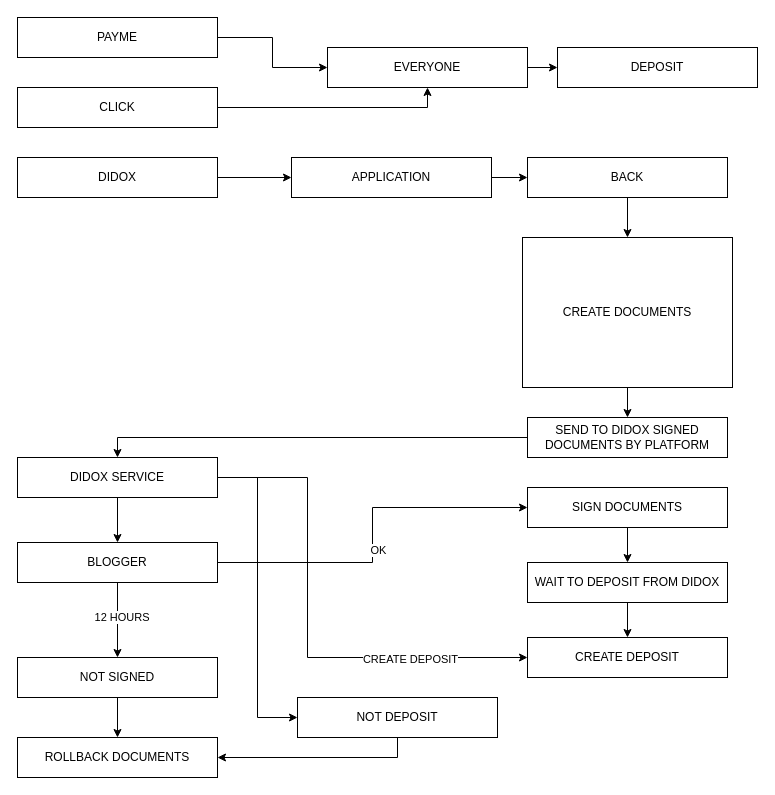
Before: page "actions" (13 of 13) of Advertiser-Blogger.drawio in KmvRoman/Diagrams, a draw.io diagram. Source tidied: cells renumbered, new cells numbered last; positions are measured from the earlier drawing's top-left corner, leaving out a move shared by most shapes. Both pictures are drawn from the tidied source at 100%, with x=0, y=0 at pixel (17, 17).
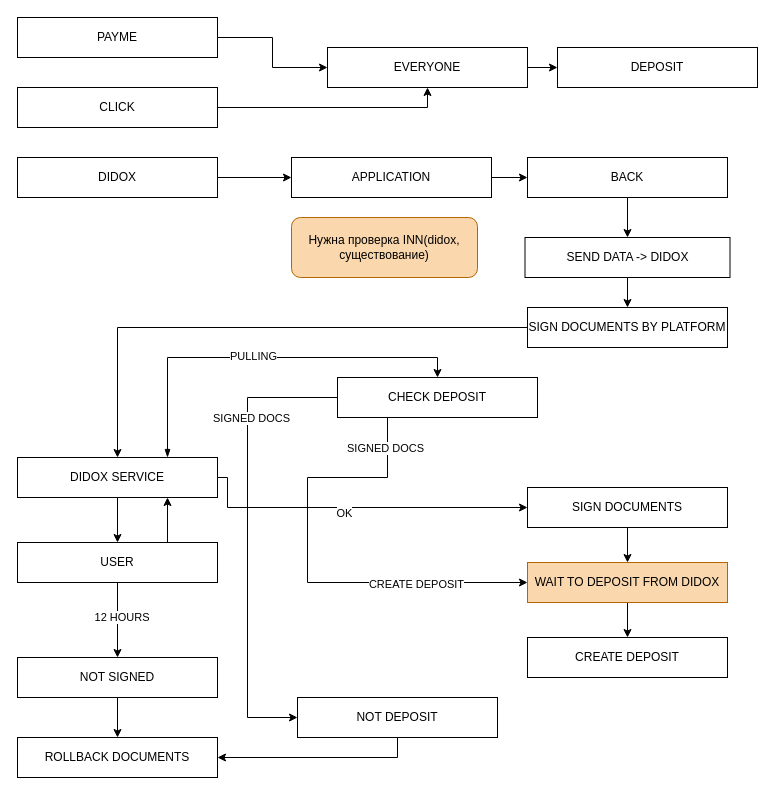
After the change.

The change refers to these unchanged cells:
```xml
<mxCell id="23" value="DIDOX SERVICE" style="rounded=0;whiteSpace=wrap;html=1;" parent="1" vertex="1">
  <mxGeometry y="440" width="200" height="40" as="geometry" />
</mxCell>
<mxCell id="30" value="SIGN DOCUMENTS" style="rounded=0;whiteSpace=wrap;html=1;" parent="1" vertex="1">
  <mxGeometry x="510" y="470" width="200" height="40" as="geometry" />
</mxCell>
<mxCell id="33" value="CREATE DEPOSIT" style="rounded=0;whiteSpace=wrap;html=1;" parent="1" vertex="1">
  <mxGeometry x="510" y="620" width="200" height="40" as="geometry" />
</mxCell>
<mxCell id="38" value="NOT DEPOSIT" style="rounded=0;whiteSpace=wrap;html=1;" parent="1" vertex="1">
  <mxGeometry x="280" y="680" width="200" height="40" as="geometry" />
</mxCell>
```

The edit, as a diff of the source:
```diff
@@
-    <mxCell id="15" style="edgeStyle=orthogonalEdgeStyle;rounded=0;jettySize=auto;html=1;entryX=0.5;entryY=0;entryDx=0;entryDy=0;" parent="1" edge="1" source="16" target="18">
-      <mxGeometry relative="1" as="geometry" />
-    </mxCell>
+    <mxCell id="39" style="edgeStyle=orthogonalEdgeStyle;rounded=0;jettySize=auto;html=1;entryX=0.5;entryY=0;entryDx=0;entryDy=0;" parent="1" edge="1" source="16" target="44">
+      <mxGeometry relative="1" as="geometry" />
+    </mxCell>
-    <mxCell id="16" value="CREATE DOCUMENTS" style="rounded=0;whiteSpace=wrap;html=1;" parent="1" vertex="1">
-      <mxGeometry x="505" y="220" width="210" height="150" as="geometry" />
+    <mxCell id="16" value="SEND DATA -&amp;gt; DIDOX" style="rounded=0;whiteSpace=wrap;html=1;" parent="1" vertex="1">
+      <mxGeometry x="507.5" y="220" width="205" height="40" as="geometry" />
     </mxCell>
-    <mxCell id="17" style="edgeStyle=orthogonalEdgeStyle;rounded=0;jettySize=auto;html=1;entryX=0.5;entryY=0;entryDx=0;entryDy=0;" parent="1" edge="1" source="18" target="23">
-      <mxGeometry relative="1" as="geometry" />
-    </mxCell>
-    <mxCell id="18" value="SEND TO DIDOX SIGNED DOCUMENTS BY PLATFORM" style="rounded=0;whiteSpace=wrap;html=1;" parent="1" vertex="1">
-      <mxGeometry x="510" y="400" width="200" height="40" as="geometry" />
-    </mxCell>
@@
-    <mxCell id="20" style="edgeStyle=orthogonalEdgeStyle;rounded=0;jettySize=auto;html=1;entryX=0;entryY=0.5;entryDx=0;entryDy=0;" parent="1" edge="1" source="23" target="33">
+    <mxCell id="20" style="edgeStyle=orthogonalEdgeStyle;rounded=0;jettySize=auto;html=1;entryX=0;entryY=0.5;entryDx=0;entryDy=0;exitX=0.25;exitY=1;exitDx=0;exitDy=0;" parent="1" edge="1" source="47" target="32">
       <mxGeometry relative="1" as="geometry">
         <Array as="points">
+          <mxPoint x="370" y="460" />
           <mxPoint x="290" y="460" />
-          <mxPoint x="290" y="640" />
+          <mxPoint x="290" y="565" />
         </Array>
       </mxGeometry>
     </mxCell>
@@
-    <mxCell id="22" style="edgeStyle=orthogonalEdgeStyle;rounded=0;jettySize=auto;html=1;entryX=0;entryY=0.5;entryDx=0;entryDy=0;" parent="1" edge="1" source="23" target="38">
+    <mxCell id="22" style="edgeStyle=orthogonalEdgeStyle;rounded=0;jettySize=auto;html=1;entryX=0;entryY=0.5;entryDx=0;entryDy=0;exitX=0;exitY=0.5;exitDx=0;exitDy=0;" parent="1" edge="1" source="47" target="38">
       <mxGeometry relative="1" as="geometry">
         <Array as="points">
-          <mxPoint x="240" y="460" />
-          <mxPoint x="240" y="700" />
+          <mxPoint x="230" y="380" />
+          <mxPoint x="230" y="700" />
         </Array>
       </mxGeometry>
     </mxCell>
+    <mxCell id="40" value="SIGNED DOCS" style="edgeLabel;html=1;align=center;verticalAlign=middle;" parent="22" vertex="1">
+      <mxGeometry x="0.2" y="3" relative="1" as="geometry">
+        <mxPoint y="-166" as="offset" />
+      </mxGeometry>
+    </mxCell>
@@
-    <mxCell id="24" style="edgeStyle=orthogonalEdgeStyle;rounded=0;jettySize=auto;html=1;entryX=0;entryY=0.5;entryDx=0;entryDy=0;" parent="1" edge="1" source="28" target="30">
-      <mxGeometry relative="1" as="geometry" />
+    <mxCell id="24" style="edgeStyle=orthogonalEdgeStyle;rounded=0;jettySize=auto;html=1;entryX=0;entryY=0.5;entryDx=0;entryDy=0;exitX=1;exitY=0.5;exitDx=0;exitDy=0;" parent="1" edge="1" source="23" target="30">
+      <mxGeometry relative="1" as="geometry">
+        <Array as="points">
+          <mxPoint x="210" y="460" />
+          <mxPoint x="210" y="490" />
+        </Array>
+      </mxGeometry>
     </mxCell>
@@
+    <mxCell id="41" style="edgeStyle=orthogonalEdgeStyle;rounded=0;jettySize=auto;html=1;entryX=0.75;entryY=1;entryDx=0;entryDy=0;exitX=0.75;exitY=0;exitDx=0;exitDy=0;" parent="1" edge="1" source="28" target="23">
+      <mxGeometry relative="1" as="geometry" />
+    </mxCell>
-    <mxCell id="28" value="BLOGGER" style="rounded=0;whiteSpace=wrap;html=1;" parent="1" vertex="1">
+    <mxCell id="28" value="USER" style="rounded=0;whiteSpace=wrap;html=1;" parent="1" vertex="1">
       <mxGeometry y="525" width="200" height="40" as="geometry" />
     </mxCell>
@@
-    <mxCell id="32" value="WAIT TO DEPOSIT FROM DIDOX" style="rounded=0;whiteSpace=wrap;html=1;" parent="1" vertex="1">
+    <mxCell id="32" value="WAIT TO DEPOSIT FROM DIDOX" style="rounded=0;whiteSpace=wrap;html=1;fillColor=#fad7ac;strokeColor=#b46504;" parent="1" vertex="1">
       <mxGeometry x="510" y="545" width="200" height="40" as="geometry" />
     </mxCell>
@@
+    <mxCell id="42" value="Нужна проверка INN(didox, существование)" style="rounded=1;whiteSpace=wrap;html=1;fillColor=#fad7ac;strokeColor=#b46504;" parent="1" vertex="1">
+      <mxGeometry x="274" y="200" width="186" height="60" as="geometry" />
+    </mxCell>
+    <mxCell id="43" style="edgeStyle=orthogonalEdgeStyle;rounded=0;jettySize=auto;html=1;entryX=0.5;entryY=0;entryDx=0;entryDy=0;exitX=0;exitY=0.5;exitDx=0;exitDy=0;" parent="1" edge="1" source="44" target="23">
+      <mxGeometry relative="1" as="geometry" />
+    </mxCell>
+    <mxCell id="44" value="SIGN DOCUMENTS BY PLATFORM" style="rounded=0;whiteSpace=wrap;html=1;" parent="1" vertex="1">
+      <mxGeometry x="510" y="290" width="200" height="40" as="geometry" />
+    </mxCell>
+    <mxCell id="45" style="edgeStyle=orthogonalEdgeStyle;rounded=0;jettySize=auto;html=1;entryX=0.75;entryY=0;entryDx=0;entryDy=0;exitX=0.5;exitY=0;exitDx=0;exitDy=0;endArrow=blockThin;endFill=1;startArrow=classic;startFill=1;" parent="1" edge="1" source="47" target="23">
+      <mxGeometry relative="1" as="geometry" />
+    </mxCell>
+    <mxCell id="46" value="PULLING" style="edgeLabel;html=1;align=center;verticalAlign=middle;" parent="45" vertex="1">
+      <mxGeometry x="0.05" y="-2" relative="1" as="geometry" />
+    </mxCell>
+    <mxCell id="47" value="CHECK DEPOSIT" style="rounded=0;whiteSpace=wrap;html=1;" parent="1" vertex="1">
+      <mxGeometry x="320" y="360" width="200" height="40" as="geometry" />
+    </mxCell>
+    <mxCell id="48" value="SIGNED DOCS" style="edgeLabel;html=1;align=center;verticalAlign=middle;" parent="1" vertex="1">
+      <mxGeometry x="367" y="430" as="geometry" />
+    </mxCell>
```
